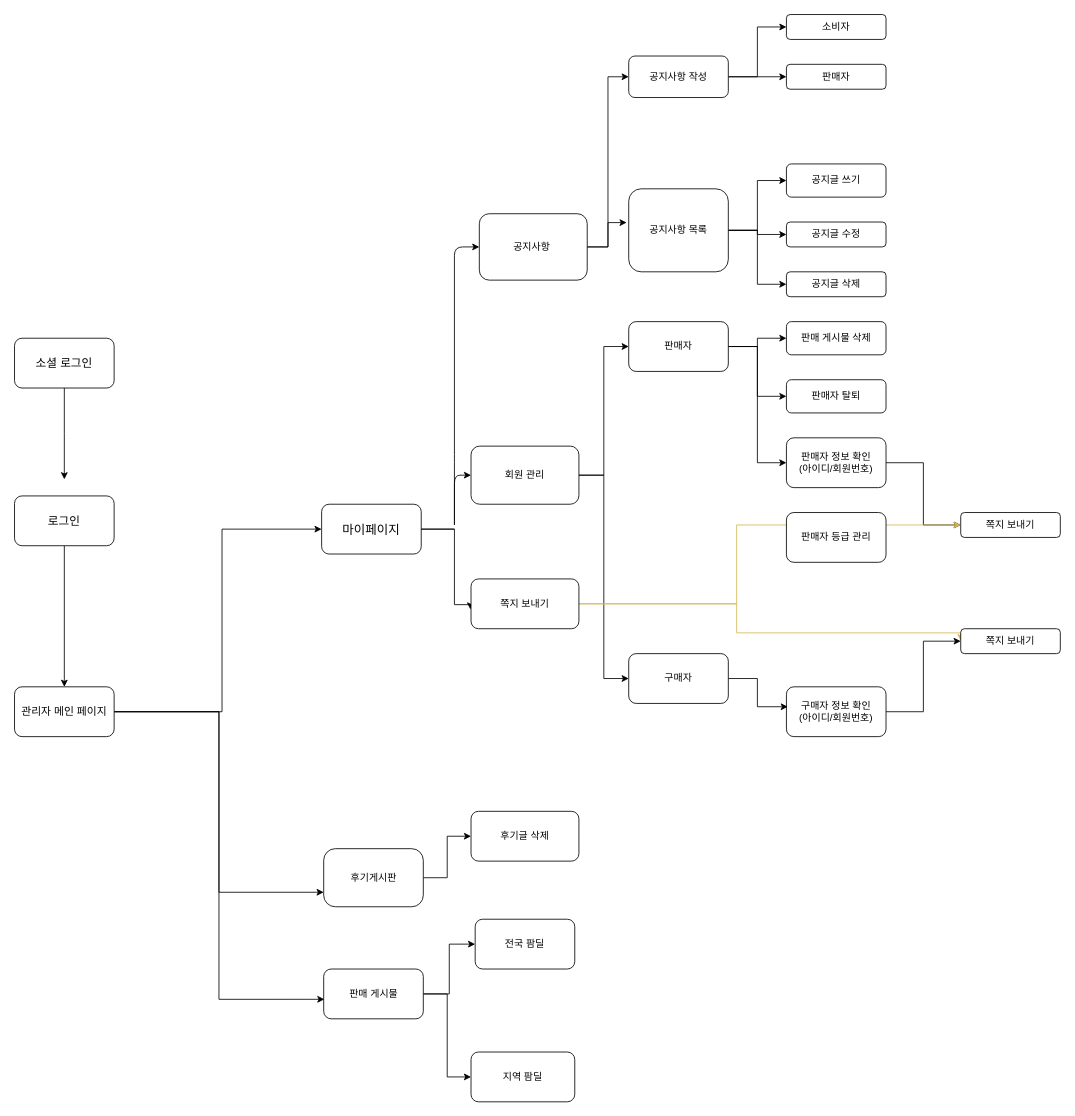
This is Untitled Diagram.drawio from whddms4321/SemiProject, a draw.io file, before an edit. Source tidied: cells renumbered, new cells numbered last; positions are measured from the earlier drawing's top-left corner, leaving out a move shared by most shapes. Both pictures are drawn from the tidied source at 83%, with x=0, y=0 at pixel (14, 14).
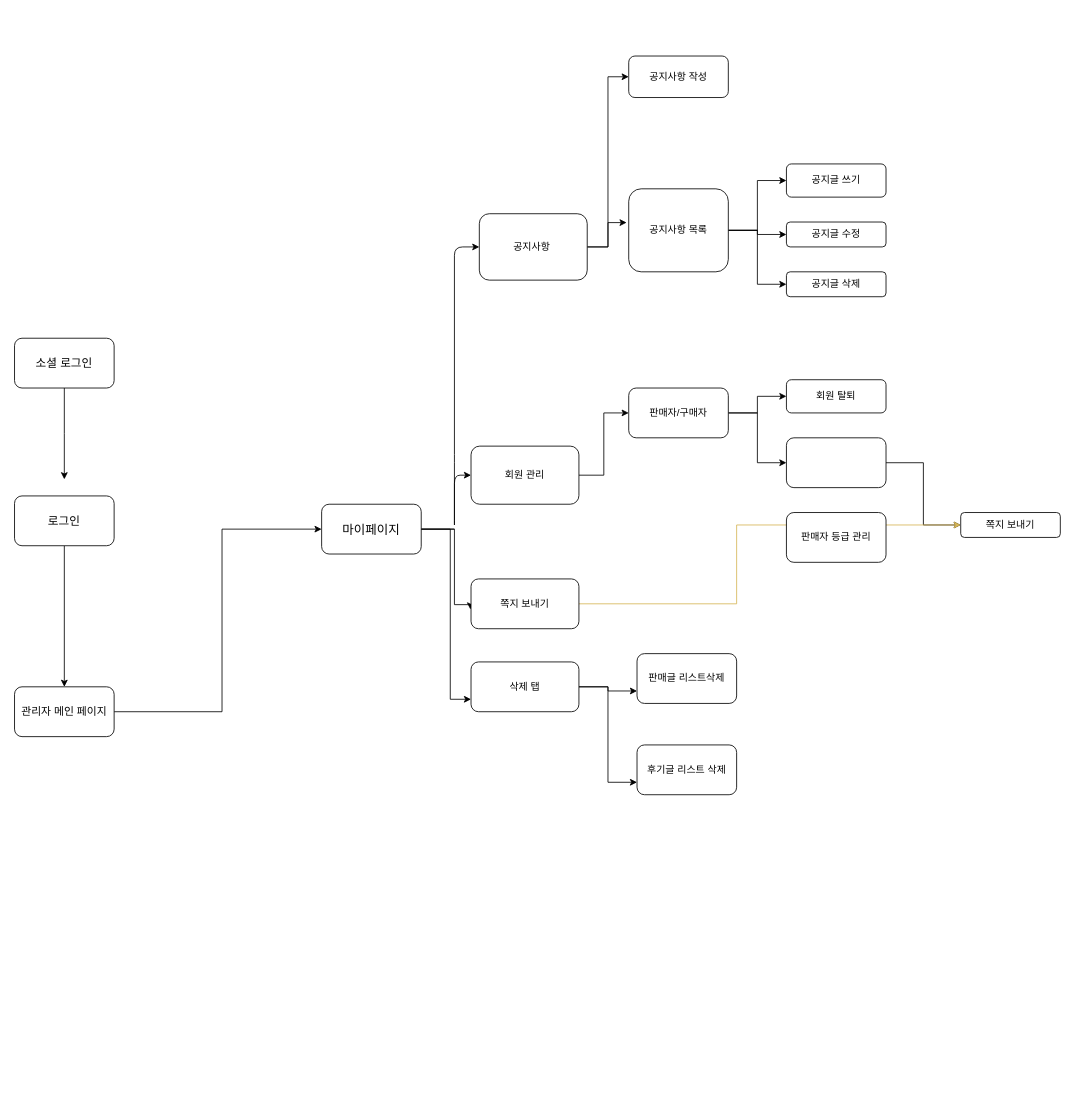
After the change.

The change refers to these unchanged cells:
```xml
<mxCell id="5" value="&lt;font style=&quot;font-size: 13px&quot;&gt;관리자 메인 페이지&lt;/font&gt;" style="rounded=1;whiteSpace=wrap;html=1;" parent="1" vertex="1">
  <mxGeometry y="810" width="120" height="60" as="geometry" />
</mxCell>
<mxCell id="7" value="&lt;span style=&quot;font-size: 15px&quot;&gt;마이페이지&lt;br&gt;&lt;/span&gt;" style="rounded=1;whiteSpace=wrap;html=1;" parent="1" vertex="1">
  <mxGeometry x="370" y="590" width="120" height="60" as="geometry" />
</mxCell>
<mxCell id="15" value="회원 관리" style="rounded=1;whiteSpace=wrap;html=1;" parent="1" vertex="1">
  <mxGeometry x="550" y="520" width="130" height="70" as="geometry" />
</mxCell>
<mxCell id="22" value="공지사항 작성" style="rounded=1;whiteSpace=wrap;html=1;" parent="1" vertex="1">
  <mxGeometry x="740" y="50" width="120" height="50" as="geometry" />
</mxCell>
<mxCell id="37" value="쪽지 보내기" style="rounded=1;whiteSpace=wrap;html=1;" parent="1" vertex="1">
  <mxGeometry x="550" y="680" width="130" height="60" as="geometry" />
</mxCell>
```

The edit, as a diff of the source:
```diff
@@
-    <mxCell id="3" style="edgeStyle=orthogonalEdgeStyle;rounded=0;jettySize=auto;html=1;entryX=0;entryY=0.75;entryDx=0;entryDy=0;" parent="1" edge="1" source="5" target="9">
-      <mxGeometry relative="1" as="geometry" />
-    </mxCell>
-    <mxCell id="4" style="edgeStyle=orthogonalEdgeStyle;rounded=0;jettySize=auto;html=1;entryX=0.007;entryY=0.608;entryDx=0;entryDy=0;entryPerimeter=0;" parent="1" edge="1" source="5" target="43">
-      <mxGeometry relative="1" as="geometry" />
-    </mxCell>
@@
+    <mxCell id="58" style="edgeStyle=orthogonalEdgeStyle;rounded=0;jettySize=auto;html=1;entryX=0;entryY=0.75;entryDx=0;entryDy=0;" parent="1" edge="1" source="7" target="31">
+      <mxGeometry relative="1" as="geometry">
+        <Array as="points">
+          <mxPoint x="525" y="620" />
+          <mxPoint x="525" y="825" />
+        </Array>
+      </mxGeometry>
+    </mxCell>
@@
-    <mxCell id="8" style="edgeStyle=orthogonalEdgeStyle;rounded=0;jettySize=auto;html=1;entryX=0;entryY=0.5;entryDx=0;entryDy=0;" parent="1" edge="1" source="9" target="31">
-      <mxGeometry relative="1" as="geometry" />
-    </mxCell>
-    <mxCell id="9" value="후기게시판" style="rounded=1;whiteSpace=wrap;html=1;arcSize=20;" parent="1" vertex="1">
-      <mxGeometry x="372.5" y="1005" width="120" height="70" as="geometry" />
-    </mxCell>
@@
-    <mxCell id="14" style="edgeStyle=orthogonalEdgeStyle;rounded=0;jettySize=auto;html=1;entryX=0;entryY=0.5;entryDx=0;entryDy=0;" parent="1" edge="1" source="15" target="51">
-      <mxGeometry relative="1" as="geometry" />
-    </mxCell>
@@
-    <mxCell id="18" value="판매 게시물 삭제" style="rounded=1;whiteSpace=wrap;html=1;" parent="1" vertex="1">
-      <mxGeometry x="930" y="370" width="120" height="40" as="geometry" />
-    </mxCell>
-    <mxCell id="19" value="판매자 탈퇴" style="rounded=1;whiteSpace=wrap;html=1;" parent="1" vertex="1">
+    <mxCell id="19" value="회원 탈퇴" style="rounded=1;whiteSpace=wrap;html=1;" parent="1" vertex="1">
       <mxGeometry x="930" y="440" width="120" height="40" as="geometry" />
     </mxCell>
-    <mxCell id="20" style="edgeStyle=orthogonalEdgeStyle;rounded=0;jettySize=auto;html=1;entryX=0;entryY=0.5;entryDx=0;entryDy=0;" parent="1" edge="1" source="22" target="29">
-      <mxGeometry relative="1" as="geometry" />
-    </mxCell>
-    <mxCell id="21" style="edgeStyle=orthogonalEdgeStyle;rounded=0;jettySize=auto;html=1;entryX=0;entryY=0.5;entryDx=0;entryDy=0;" parent="1" edge="1" source="22" target="30">
-      <mxGeometry relative="1" as="geometry" />
-    </mxCell>
@@
-    <mxCell id="29" value="소비자" style="rounded=1;whiteSpace=wrap;html=1;" parent="1" vertex="1">
-      <mxGeometry x="930" width="120" height="30" as="geometry" />
-    </mxCell>
-    <mxCell id="30" value="판매자" style="rounded=1;whiteSpace=wrap;html=1;" parent="1" vertex="1">
-      <mxGeometry x="930" y="60" width="120" height="30" as="geometry" />
-    </mxCell>
+    <mxCell id="59" style="edgeStyle=orthogonalEdgeStyle;rounded=0;jettySize=auto;html=1;entryX=0;entryY=0.75;entryDx=0;entryDy=0;" parent="1" edge="1" source="31" target="39">
+      <mxGeometry relative="1" as="geometry" />
+    </mxCell>
+    <mxCell id="60" style="edgeStyle=orthogonalEdgeStyle;rounded=0;jettySize=auto;html=1;entryX=0;entryY=0.75;entryDx=0;entryDy=0;" parent="1" edge="1" source="31" target="61">
+      <mxGeometry relative="1" as="geometry" />
+    </mxCell>
-    <mxCell id="31" value="후기글 삭제" style="rounded=1;whiteSpace=wrap;html=1;" parent="1" vertex="1">
-      <mxGeometry x="550" y="960" width="130" height="60" as="geometry" />
+    <mxCell id="31" value="삭제 탭" style="rounded=1;whiteSpace=wrap;html=1;" parent="1" vertex="1">
+      <mxGeometry x="550" y="780" width="130" height="60" as="geometry" />
     </mxCell>
@@
-    <mxCell id="33" value="판매자 정보 확인&lt;br&gt;(아이디/회원번호)" style="rounded=1;whiteSpace=wrap;html=1;" parent="1" vertex="1">
+    <mxCell id="33" style="rounded=1;whiteSpace=wrap;html=1;" parent="1" vertex="1">
       <mxGeometry x="930" y="510" width="120" height="60" as="geometry" />
     </mxCell>
@@
-    <mxCell id="36" style="edgeStyle=orthogonalEdgeStyle;rounded=0;jettySize=auto;html=1;entryX=0;entryY=0.5;entryDx=0;entryDy=0;fillColor=#fff2cc;strokeColor=#d6b656;" parent="1" edge="1" source="37" target="40">
-      <mxGeometry relative="1" as="geometry">
-        <Array as="points">
-          <mxPoint x="870" y="710" />
-          <mxPoint x="870" y="745" />
-        </Array>
-      </mxGeometry>
-    </mxCell>
@@
-    <mxCell id="38" style="edgeStyle=orthogonalEdgeStyle;rounded=0;jettySize=auto;html=1;entryX=0;entryY=0.5;entryDx=0;entryDy=0;" parent="1" edge="1" source="39" target="40">
-      <mxGeometry relative="1" as="geometry" />
-    </mxCell>
-    <mxCell id="39" value="구매자 정보 확인&lt;br&gt;(아이디/회원번호)" style="rounded=1;whiteSpace=wrap;html=1;" parent="1" vertex="1">
-      <mxGeometry x="930" y="810" width="120" height="60" as="geometry" />
+    <mxCell id="39" value="판매글 리스트삭제" style="rounded=1;whiteSpace=wrap;html=1;" parent="1" vertex="1">
+      <mxGeometry x="750" y="770" width="120" height="60" as="geometry" />
     </mxCell>
-    <mxCell id="40" value="쪽지 보내기&lt;br&gt;" style="rounded=1;whiteSpace=wrap;html=1;" parent="1" vertex="1">
-      <mxGeometry x="1140" y="740" width="120" height="30" as="geometry" />
-    </mxCell>
-    <mxCell id="41" style="edgeStyle=orthogonalEdgeStyle;rounded=0;jettySize=auto;html=1;entryX=0;entryY=0.5;entryDx=0;entryDy=0;" parent="1" edge="1" source="43" target="57">
-      <mxGeometry relative="1" as="geometry" />
-    </mxCell>
-    <mxCell id="42" style="edgeStyle=orthogonalEdgeStyle;rounded=0;jettySize=auto;html=1;entryX=0;entryY=0.5;entryDx=0;entryDy=0;" parent="1" edge="1" source="43" target="45">
-      <mxGeometry relative="1" as="geometry" />
-    </mxCell>
-    <mxCell id="43" value="판매 게시물" style="rounded=1;whiteSpace=wrap;html=1;" parent="1" vertex="1">
-      <mxGeometry x="372.5" y="1150" width="120" height="60" as="geometry" />
-    </mxCell>
@@
-    <mxCell id="45" value="지역 팜딜" style="rounded=1;whiteSpace=wrap;html=1;" parent="1" vertex="1">
-      <mxGeometry x="550" y="1250" width="125" height="60" as="geometry" />
-    </mxCell>
-    <mxCell id="46" style="edgeStyle=orthogonalEdgeStyle;rounded=0;jettySize=auto;html=1;entryX=0;entryY=0.5;entryDx=0;entryDy=0;" parent="1" edge="1" source="49" target="18">
-      <mxGeometry relative="1" as="geometry" />
-    </mxCell>
@@
-    <mxCell id="49" value="판매자" style="rounded=1;whiteSpace=wrap;html=1;" parent="1" vertex="1">
-      <mxGeometry x="740" y="370" width="120" height="60" as="geometry" />
+    <mxCell id="49" value="판매자/구매자" style="rounded=1;whiteSpace=wrap;html=1;" parent="1" vertex="1">
+      <mxGeometry x="740" y="450" width="120" height="60" as="geometry" />
     </mxCell>
-    <mxCell id="50" style="edgeStyle=orthogonalEdgeStyle;rounded=0;jettySize=auto;html=1;entryX=0.014;entryY=0.4;entryDx=0;entryDy=0;entryPerimeter=0;" parent="1" edge="1" source="51" target="39">
-      <mxGeometry relative="1" as="geometry" />
-    </mxCell>
-    <mxCell id="51" value="구매자" style="rounded=1;whiteSpace=wrap;html=1;" parent="1" vertex="1">
-      <mxGeometry x="740" y="770" width="120" height="60" as="geometry" />
-    </mxCell>
@@
-    <mxCell id="57" value="전국 팜딜" style="rounded=1;whiteSpace=wrap;html=1;" parent="1" vertex="1">
-      <mxGeometry x="555" y="1090" width="120" height="60" as="geometry" />
-    </mxCell>
+    <mxCell id="61" value="후기글 리스트 삭제" style="rounded=1;whiteSpace=wrap;html=1;" parent="1" vertex="1">
+      <mxGeometry x="750" y="880" width="120" height="60" as="geometry" />
+    </mxCell>
```
